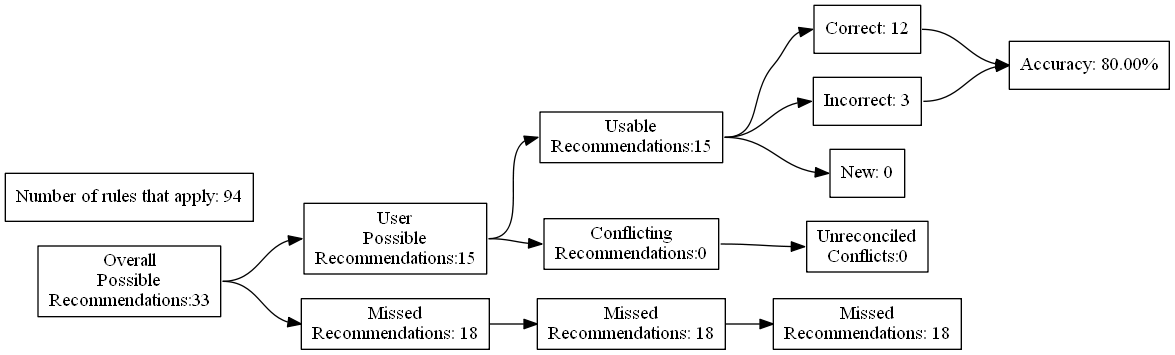
Earlier version of the Graphviz export test_renders/76.gv.png (ZaxR/ibd_diet_analysis). Its source is kept beside it as test_renders/76.gv.
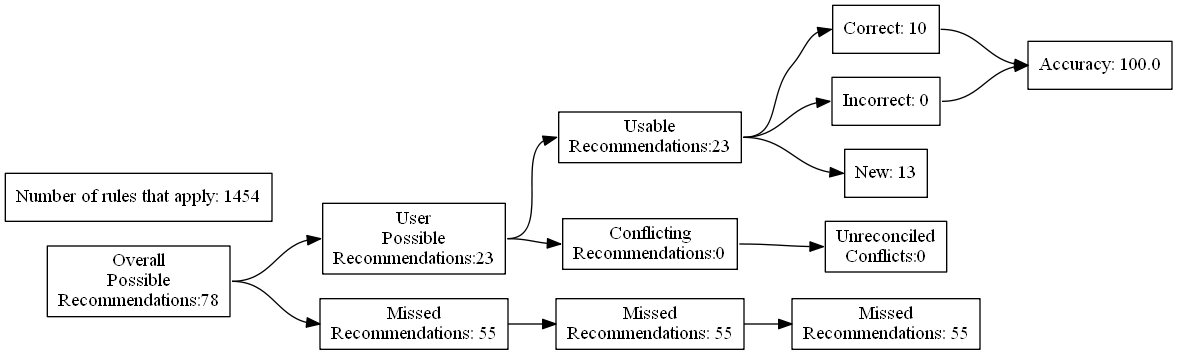
Later version of the same file.

Diff of the diagram source:
```diff
@@ -4,27 +4,27 @@
 	edge [headport=w tailport=e]
 		A [label="Overall
 Possible
-Recommendations:33"]
+Recommendations:78"]
 		B [label="User
 Possible
-Recommendations:15"]
+Recommendations:23"]
 		C [label="Missed
-Recommendations: 18"]
+Recommendations: 55"]
 		D [label="Usable
-Recommendations:15"]
+Recommendations:23"]
 		E [label="Conflicting
 Recommendations:0"]
 		J [label="Missed
-Recommendations: 18"]
+Recommendations: 55"]
 		M [label="Unreconciled
 Conflicts:0"]
-		F [label="Correct: 12"]
-		G [label="Incorrect: 3"]
-		H [label="New: 0"]
+		F [label="Correct: 10"]
+		G [label="Incorrect: 0"]
+		H [label="New: 13"]
 		K [label="Missed
-Recommendations: 18"]
-		I [label="Accuracy: 80.00%"]
-		l [label="Number of rules that apply: 94"]
+Recommendations: 55"]
+		I [label="Accuracy: 100.0"]
+		l [label="Number of rules that apply: 1454"]
 			A -> B
 			A -> C
 			B -> D
```
